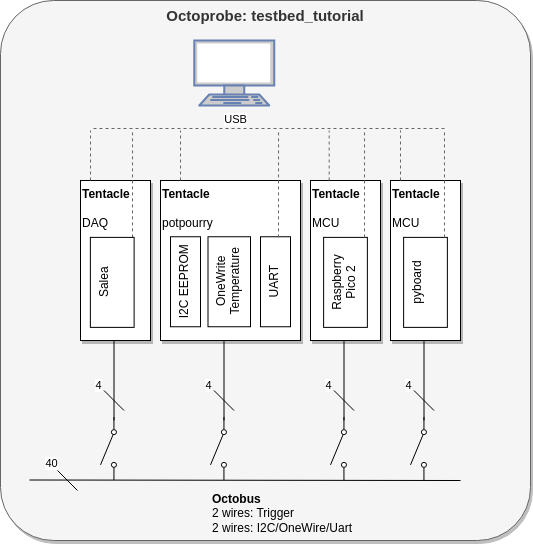
The draw.io diagram docs/implementation/20_designing_a_testbed/block_diagram.drawio.png in octoprobe/testbed_showcase, before a commit. Source tidied: cells renumbered, new cells last; positions are measured from the earlier drawing's top-left corner, leaving out a move shared by most shapes.
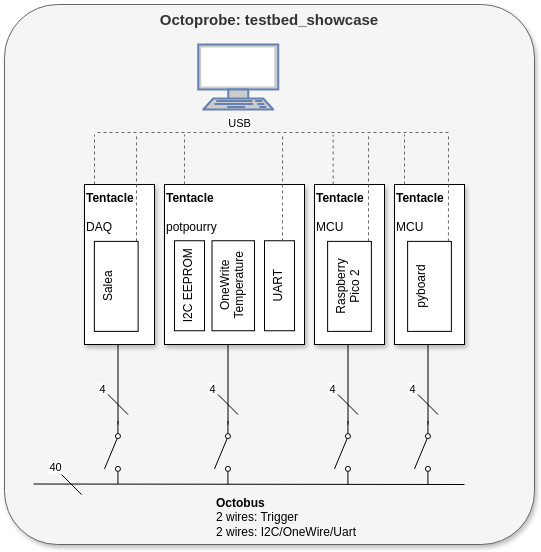
Above is the later version.

Commit message:
testbed_tutorial -> testbed_showcase

The edit, as a diff of the source:
```diff
@@ -2,7 +2,7 @@
   <root>
     <mxCell id="0" />
     <mxCell id="1" parent="0" />
-    <mxCell id="2" value="&lt;b&gt;Octoprobe: testbed_tutorial&lt;/b&gt;" style="rounded=1;whiteSpace=wrap;html=1;shadow=1;align=center;horizontal=1;arcSize=10;verticalAlign=top;fontSize=15;fillColor=#f5f5f5;fontColor=#333333;strokeColor=#666666;" parent="1" vertex="1">
+    <mxCell id="2" value="&lt;b&gt;Octoprobe: testbed_showcase&lt;/b&gt;" style="rounded=1;whiteSpace=wrap;html=1;shadow=1;align=center;horizontal=1;arcSize=10;verticalAlign=top;fontSize=15;fillColor=#f5f5f5;fontColor=#333333;strokeColor=#666666;" parent="1" vertex="1">
       <mxGeometry width="530" height="540" as="geometry" />
     </mxCell>
     <mxCell id="3" value="&lt;b&gt;Tentacle&lt;/b&gt;&lt;br&gt;&lt;br&gt;DAQ" style="rounded=0;whiteSpace=wrap;html=1;verticalAlign=top;align=left;shadow=1;" parent="1" vertex="1">
```
